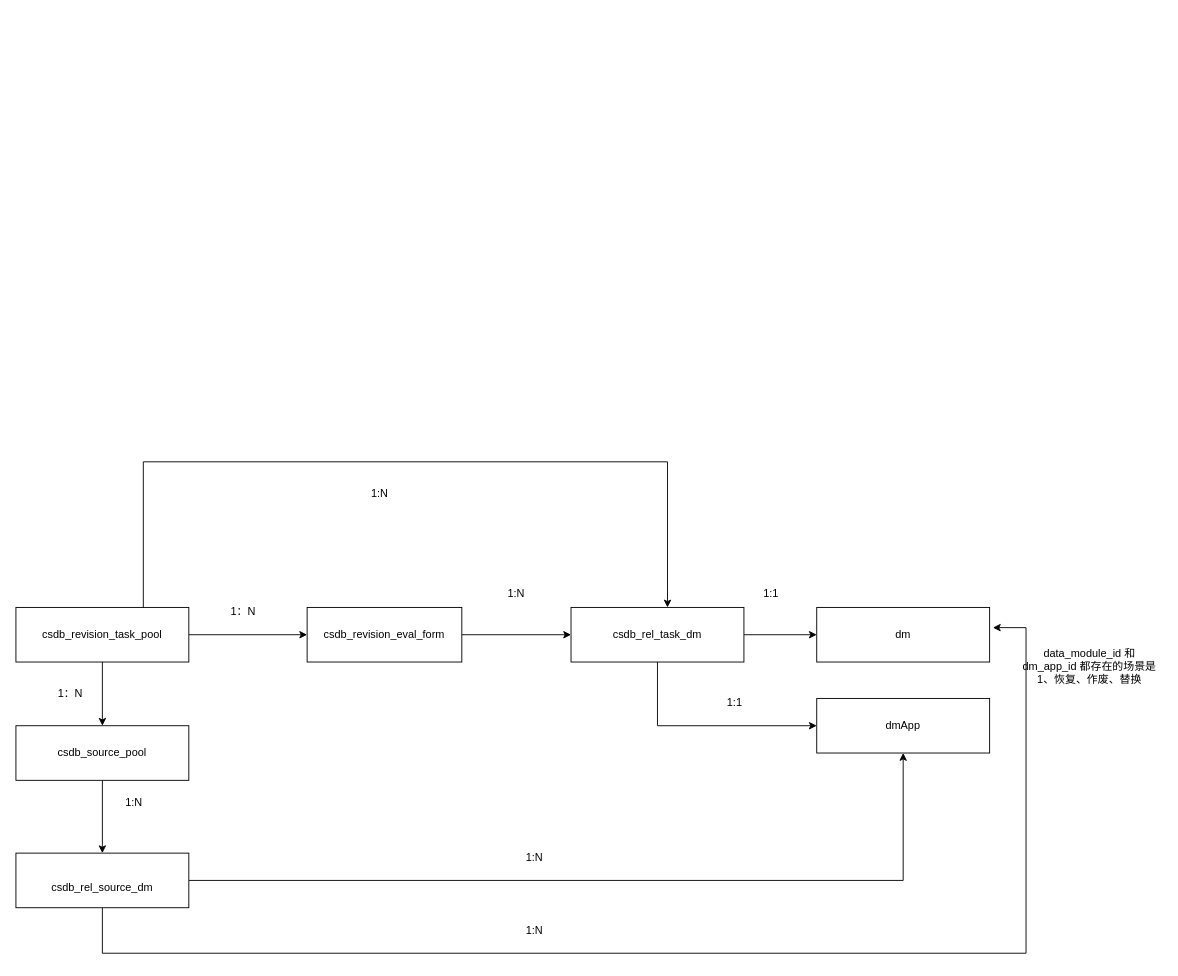
This is csdb/工程更改.drawio from DemonHan/KuickBuy, a draw.io file, before an edit. Source tidied: cells renumbered, new cells numbered last; positions are measured from the earlier drawing's top-left corner, leaving out a move shared by most shapes. Both pictures are drawn from the tidied source at 91%, with x=0, y=0 at pixel (15, 461).
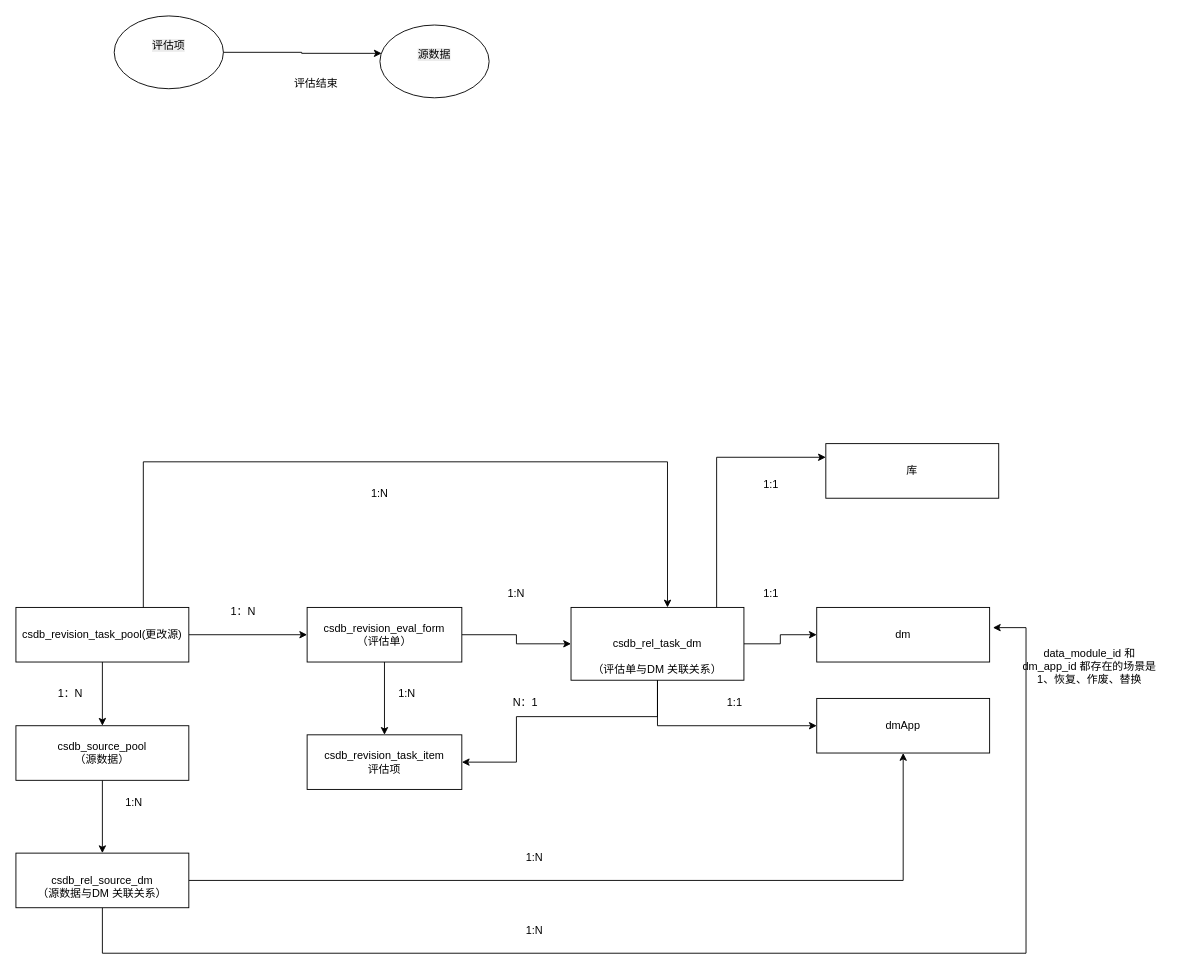
The same diagram, later.

Commit message:
更新工程更改.drawio

The edit, as a diff of the source:
```diff
@@
-    <mxCell id="4" value="csdb_revision_task_pool" style="rounded=0;whiteSpace=wrap;html=1;" parent="1" vertex="1">
+    <mxCell id="4" value="csdb_revision_task_pool(更改源)" style="rounded=0;whiteSpace=wrap;html=1;" parent="1" vertex="1">
       <mxGeometry y="160" width="190" height="60" as="geometry" />
     </mxCell>
@@
-    <mxCell id="6" value="csdb_source_pool" style="rounded=0;whiteSpace=wrap;html=1;" parent="1" vertex="1">
+    <mxCell id="6" value="csdb_source_pool&lt;br&gt;（源数据）" style="rounded=0;whiteSpace=wrap;html=1;" parent="1" vertex="1">
       <mxGeometry y="290" width="190" height="60" as="geometry" />
     </mxCell>
@@
+    <mxCell id="28" style="edgeStyle=orthogonalEdgeStyle;rounded=0;jettySize=auto;html=1;" parent="1" edge="1" source="9" target="37">
+      <mxGeometry relative="1" as="geometry" />
+    </mxCell>
-    <mxCell id="9" value="csdb_revision_eval_form" style="rounded=0;whiteSpace=wrap;html=1;" parent="1" vertex="1">
+    <mxCell id="9" value="csdb_revision_eval_form&lt;br&gt;（评估单）" style="rounded=0;whiteSpace=wrap;html=1;" parent="1" vertex="1">
       <mxGeometry x="320" y="160" width="170" height="60" as="geometry" />
     </mxCell>
@@
+    <mxCell id="29" style="edgeStyle=orthogonalEdgeStyle;rounded=0;jettySize=auto;html=1;entryX=0;entryY=0.25;entryDx=0;entryDy=0;" parent="1" edge="1" source="12" target="35">
+      <mxGeometry relative="1" as="geometry">
+        <Array as="points">
+          <mxPoint x="770" y="-5" />
+        </Array>
+      </mxGeometry>
+    </mxCell>
+    <mxCell id="30" style="edgeStyle=orthogonalEdgeStyle;rounded=0;jettySize=auto;html=1;entryX=1;entryY=0.5;entryDx=0;entryDy=0;" parent="1" edge="1" source="12" target="37">
+      <mxGeometry relative="1" as="geometry">
+        <Array as="points">
+          <mxPoint x="705" y="280" />
+          <mxPoint x="550" y="280" />
+          <mxPoint x="550" y="330" />
+        </Array>
+      </mxGeometry>
+    </mxCell>
-    <mxCell id="12" value="&#10;&lt;article class=&quot;4ever-article&quot;&gt;&#10;&lt;span&gt;&lt;span style=&quot;color:&quot;&gt;csdb_rel_task_dm&lt;/span&gt;&lt;/span&gt;&lt;/article&gt;&#10;&#10;" style="rounded=0;whiteSpace=wrap;html=1;" parent="1" vertex="1">
-      <mxGeometry x="610" y="160" width="190" height="60" as="geometry" />
+    <mxCell id="12" value="&lt;br&gt;&lt;article class=&quot;4ever-article&quot;&gt;&lt;br&gt;&lt;span&gt;&lt;span style=&quot;color:&quot;&gt;csdb_rel_task_dm&lt;/span&gt;&lt;/span&gt;&lt;/article&gt;&lt;br&gt;（评估单与DM 关联关系）" style="rounded=0;whiteSpace=wrap;html=1;" parent="1" vertex="1">
+      <mxGeometry x="610" y="160" width="190" height="80" as="geometry" />
     </mxCell>
@@
-    <mxCell id="24" value="&lt;article class=&quot;4ever-article&quot;&gt;&lt;br/&gt;&lt;span&gt;csdb_rel_source_dm&lt;/span&gt;&lt;/article&gt;" style="rounded=0;whiteSpace=wrap;html=1;" parent="1" vertex="1">
+    <mxCell id="24" value="&lt;article class=&quot;4ever-article&quot;&gt;&lt;br&gt;&lt;span&gt;csdb_rel_source_dm&lt;br&gt;（源数据与DM 关联关系）&lt;/span&gt;&lt;/article&gt;" style="rounded=0;whiteSpace=wrap;html=1;" parent="1" vertex="1">
       <mxGeometry y="430" width="190" height="60" as="geometry" />
     </mxCell>
@@
+    <mxCell id="31" value="&#10;&lt;span style=&quot;color: rgb(0, 0, 0); font-family: Helvetica; font-size: 12px; font-style: normal; font-variant-ligatures: normal; font-variant-caps: normal; font-weight: 400; letter-spacing: normal; orphans: 2; text-align: center; text-indent: 0px; text-transform: none; widows: 2; word-spacing: 0px; -webkit-text-stroke-width: 0px; white-space: normal; background-color: rgb(236, 236, 236); text-decoration-thickness: initial; text-decoration-style: initial; text-decoration-color: initial; display: inline !important; float: none;&quot;&gt;评估项&lt;/span&gt;&#10;&#10;" style="ellipse;whiteSpace=wrap;html=1;" parent="1" vertex="1">
+      <mxGeometry x="108" y="-490" width="120" height="80" as="geometry" />
+    </mxCell>
+    <mxCell id="32" value="&#10;&lt;span style=&quot;color: rgb(0, 0, 0); font-family: Helvetica; font-size: 12px; font-style: normal; font-variant-ligatures: normal; font-variant-caps: normal; font-weight: 400; letter-spacing: normal; orphans: 2; text-align: center; text-indent: 0px; text-transform: none; widows: 2; word-spacing: 0px; -webkit-text-stroke-width: 0px; white-space: normal; background-color: rgb(236, 236, 236); text-decoration-thickness: initial; text-decoration-style: initial; text-decoration-color: initial; display: inline !important; float: none;&quot;&gt;源数据&lt;/span&gt;&#10;&#10;" style="ellipse;whiteSpace=wrap;html=1;" parent="1" vertex="1">
+      <mxGeometry x="400" y="-480" width="120" height="80" as="geometry" />
+    </mxCell>
+    <mxCell id="33" style="edgeStyle=orthogonalEdgeStyle;rounded=0;jettySize=auto;html=1;entryX=0.016;entryY=0.389;entryDx=0;entryDy=0;entryPerimeter=0;" parent="1" edge="1" source="31" target="32">
+      <mxGeometry relative="1" as="geometry" />
+    </mxCell>
+    <mxCell id="34" value="评估结束" style="text;html=1;whiteSpace=wrap;strokeColor=none;fillColor=none;align=center;verticalAlign=middle;rounded=0;" parent="1" vertex="1">
+      <mxGeometry x="300" y="-430" width="60" height="30" as="geometry" />
+    </mxCell>
+    <mxCell id="35" value="库" style="rounded=0;whiteSpace=wrap;html=1;" parent="1" vertex="1">
+      <mxGeometry x="890" y="-20" width="190" height="60" as="geometry" />
+    </mxCell>
+    <mxCell id="36" value="1:1" style="text;html=1;whiteSpace=wrap;strokeColor=none;fillColor=none;align=center;verticalAlign=middle;rounded=0;" parent="1" vertex="1">
+      <mxGeometry x="800" y="10" width="60" height="30" as="geometry" />
+    </mxCell>
+    <mxCell id="37" value="csdb_revision_task_item&lt;br&gt;&lt;div&gt;评估项&lt;/div&gt;" style="rounded=0;whiteSpace=wrap;html=1;" parent="1" vertex="1">
+      <mxGeometry x="320" y="300" width="170" height="60" as="geometry" />
+    </mxCell>
+    <mxCell id="38" value="1:N" style="text;html=1;whiteSpace=wrap;strokeColor=none;fillColor=none;align=center;verticalAlign=middle;rounded=0;" parent="1" vertex="1">
+      <mxGeometry x="400" y="240" width="60" height="30" as="geometry" />
+    </mxCell>
+    <mxCell id="39" value="N：1" style="text;html=1;whiteSpace=wrap;strokeColor=none;fillColor=none;align=center;verticalAlign=middle;rounded=0;" parent="1" vertex="1">
+      <mxGeometry x="530" y="250" width="60" height="30" as="geometry" />
+    </mxCell>
```
